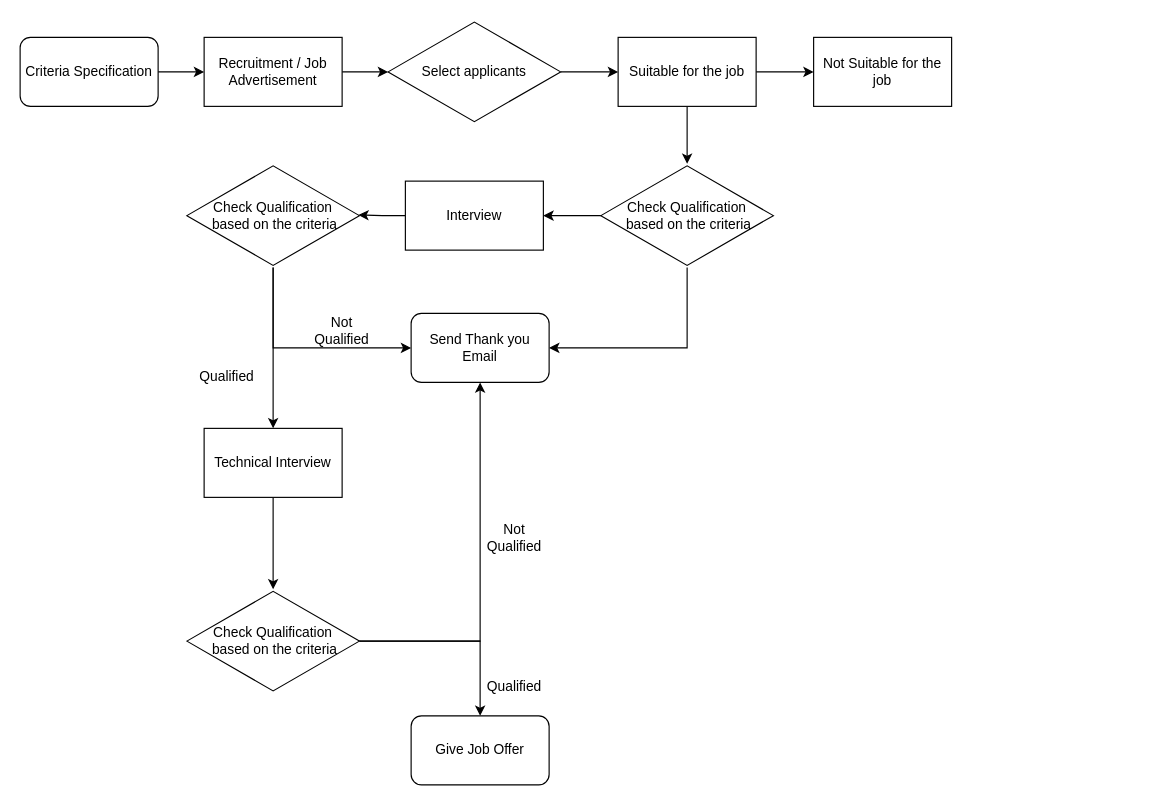
Before: that_HRIS_thing.drawio in Grrom/draw_io_stuff, a draw.io diagram. Source tidied: cells renumbered, new cells numbered last; positions are measured from the earlier drawing's top-left corner, leaving out a move shared by most shapes. Both pictures are drawn from the tidied source at 115%, with x=0, y=0 at pixel (20, 20).
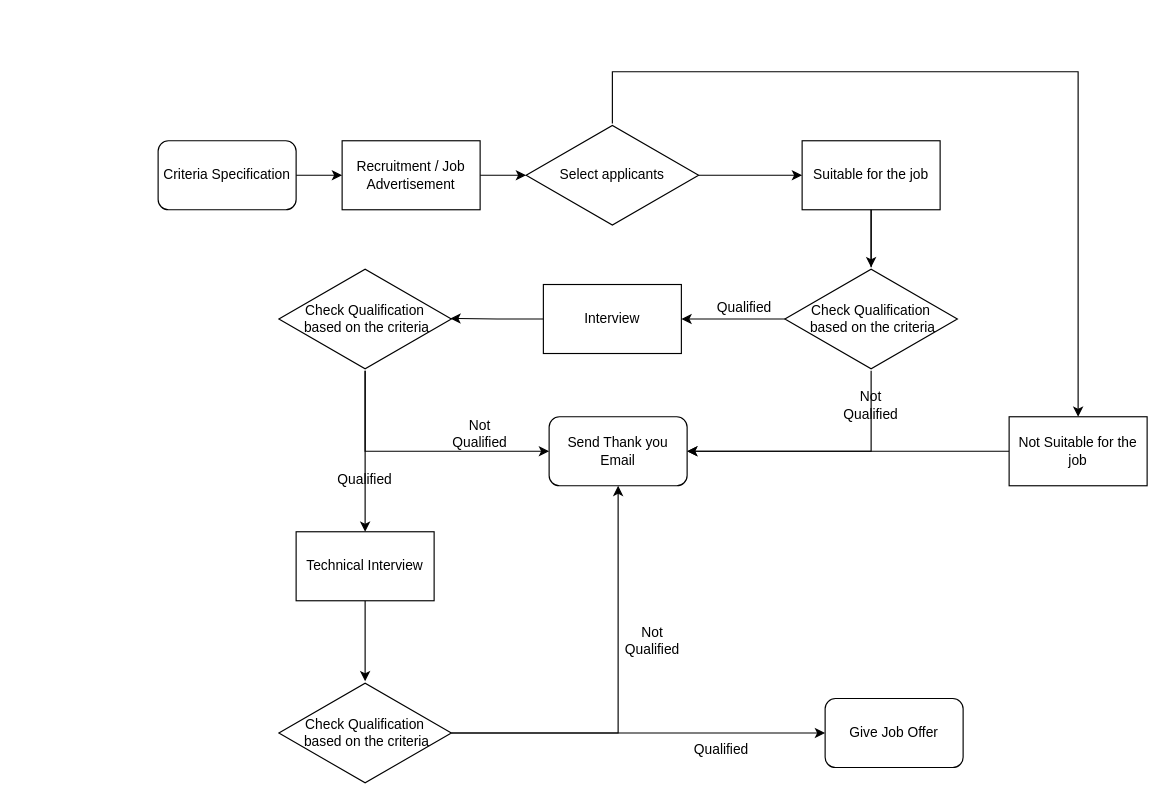
After the change.

What changed in the source:
```diff
@@
     <mxCell id="3" value="Criteria Specification" style="rounded=1;whiteSpace=wrap;html=1;" parent="1" vertex="1">
-      <mxGeometry y="15" width="120" height="60" as="geometry" />
+      <mxGeometry x="120" y="104.9" width="120" height="60" as="geometry" />
     </mxCell>
@@
     <mxCell id="5" value="Recruitment / Job Advertisement" style="rounded=0;whiteSpace=wrap;html=1;" parent="1" vertex="1">
-      <mxGeometry x="160" y="15" width="120" height="60" as="geometry" />
+      <mxGeometry x="280" y="104.9" width="120" height="60" as="geometry" />
     </mxCell>
@@
+    <mxCell id="31" style="edgeStyle=orthogonalEdgeStyle;rounded=0;jettySize=auto;html=1;entryX=0.5;entryY=0;entryDx=0;entryDy=0;" parent="1" edge="1" source="7" target="14">
+      <mxGeometry relative="1" as="geometry">
+        <Array as="points">
+          <mxPoint x="515" y="44.9" />
+          <mxPoint x="920" y="44.9" />
+        </Array>
+      </mxGeometry>
+    </mxCell>
     <mxCell id="7" value="Select applicants" style="html=1;whiteSpace=wrap;shape=isoRectangle;" parent="1" vertex="1">
-      <mxGeometry x="320" width="150" height="90" as="geometry" />
+      <mxGeometry x="440" y="89.9" width="150" height="90" as="geometry" />
     </mxCell>
-    <mxCell id="8" style="edgeStyle=orthogonalEdgeStyle;rounded=0;jettySize=auto;html=1;entryX=0;entryY=0.5;entryDx=0;entryDy=0;" parent="1" edge="1" source="10" target="14">
-      <mxGeometry relative="1" as="geometry" />
-    </mxCell>
@@
     <mxCell id="10" value="Suitable for the job" style="rounded=0;whiteSpace=wrap;html=1;" parent="1" vertex="1">
-      <mxGeometry x="520" y="15" width="120" height="60" as="geometry" />
+      <mxGeometry x="680" y="104.9" width="120" height="60" as="geometry" />
     </mxCell>
@@
     <mxCell id="12" style="edgeStyle=orthogonalEdgeStyle;rounded=0;jettySize=auto;html=1;entryX=1;entryY=0.5;entryDx=0;entryDy=0;" parent="1" edge="1" source="13" target="25">
       <mxGeometry relative="1" as="geometry">
         <Array as="points">
-          <mxPoint x="580" y="285" />
+          <mxPoint x="740" y="374.9" />
         </Array>
       </mxGeometry>
     </mxCell>
-    <mxCell id="13" value="&lt;div&gt;Check Qualification&lt;/div&gt;&lt;div&gt;&amp;nbsp;based on the criteria&lt;/div&gt;" style="html=1;whiteSpace=wrap;shape=isoRectangle;" parent="1" vertex="1">
-      <mxGeometry x="505" y="125" width="150" height="90" as="geometry" />
-    </mxCell>
+    <mxCell id="32" style="edgeStyle=orthogonalEdgeStyle;rounded=0;jettySize=auto;html=1;entryX=1;entryY=0.5;entryDx=0;entryDy=0;" parent="1" edge="1" source="14" target="25">
+      <mxGeometry relative="1" as="geometry" />
+    </mxCell>
     <mxCell id="14" value="Not Suitable for the job" style="rounded=0;whiteSpace=wrap;html=1;" parent="1" vertex="1">
-      <mxGeometry x="690" y="15" width="120" height="60" as="geometry" />
+      <mxGeometry x="860" y="344.9" width="120" height="60" as="geometry" />
     </mxCell>
@@
     <mxCell id="16" value="Interview" style="rounded=0;whiteSpace=wrap;html=1;" parent="1" vertex="1">
-      <mxGeometry x="335" y="140" width="120" height="60" as="geometry" />
+      <mxGeometry x="455" y="229.9" width="120" height="60" as="geometry" />
     </mxCell>
@@
     <mxCell id="18" style="edgeStyle=orthogonalEdgeStyle;rounded=0;jettySize=auto;html=1;entryX=0;entryY=0.5;entryDx=0;entryDy=0;" parent="1" edge="1" source="19" target="25">
       <mxGeometry relative="1" as="geometry">
         <Array as="points">
-          <mxPoint x="220" y="285" />
+          <mxPoint x="300" y="374.9" />
         </Array>
       </mxGeometry>
     </mxCell>
     <mxCell id="19" value="&lt;div&gt;Check Qualification&lt;/div&gt;&lt;div&gt;&amp;nbsp;based on the criteria&lt;/div&gt;" style="html=1;whiteSpace=wrap;shape=isoRectangle;" parent="1" vertex="1">
-      <mxGeometry x="145" y="125" width="150" height="90" as="geometry" />
+      <mxGeometry x="225" y="214.9" width="150" height="90" as="geometry" />
     </mxCell>
@@
     <mxCell id="21" value="Technical Interview" style="rounded=0;whiteSpace=wrap;html=1;" parent="1" vertex="1">
-      <mxGeometry x="160" y="355" width="120" height="60" as="geometry" />
+      <mxGeometry x="240" y="444.9" width="120" height="60" as="geometry" />
     </mxCell>
@@
-    <mxCell id="23" style="edgeStyle=orthogonalEdgeStyle;rounded=0;jettySize=auto;html=1;entryX=0.5;entryY=0;entryDx=0;entryDy=0;" parent="1" edge="1" source="24" target="26">
+    <mxCell id="23" style="edgeStyle=orthogonalEdgeStyle;rounded=0;jettySize=auto;html=1;entryX=0;entryY=0.5;entryDx=0;entryDy=0;" parent="1" edge="1" source="24" target="26">
       <mxGeometry relative="1" as="geometry" />
     </mxCell>
     <mxCell id="24" value="&lt;div&gt;Check Qualification&lt;/div&gt;&lt;div&gt;&amp;nbsp;based on the criteria&lt;/div&gt;" style="html=1;whiteSpace=wrap;shape=isoRectangle;" parent="1" vertex="1">
-      <mxGeometry x="145" y="495" width="150" height="90" as="geometry" />
+      <mxGeometry x="225" y="574.9" width="150" height="90" as="geometry" />
     </mxCell>
     <mxCell id="25" value="Send Thank you Email" style="rounded=1;whiteSpace=wrap;html=1;" parent="1" vertex="1">
-      <mxGeometry x="340" y="255" width="120" height="60" as="geometry" />
+      <mxGeometry x="460" y="344.9" width="120" height="60" as="geometry" />
     </mxCell>
     <mxCell id="26" value="Give Job Offer" style="rounded=1;whiteSpace=wrap;html=1;" parent="1" vertex="1">
-      <mxGeometry x="340" y="605" width="120" height="60" as="geometry" />
+      <mxGeometry x="700" y="589.9" width="120" height="60" as="geometry" />
     </mxCell>
     <mxCell id="27" value="Qualified" style="text;html=1;strokeColor=none;fillColor=none;align=center;verticalAlign=middle;whiteSpace=wrap;rounded=0;" parent="1" vertex="1">
-      <mxGeometry x="150" y="295" width="60" height="30" as="geometry" />
+      <mxGeometry x="270" y="384.9" width="60" height="30" as="geometry" />
     </mxCell>
     <mxCell id="28" value="Not Qualified" style="text;html=1;strokeColor=none;fillColor=none;align=center;verticalAlign=middle;whiteSpace=wrap;rounded=0;" parent="1" vertex="1">
-      <mxGeometry x="250" y="255" width="60" height="30" as="geometry" />
+      <mxGeometry x="370" y="344.9" width="60" height="30" as="geometry" />
     </mxCell>
     <mxCell id="29" value="Qualified" style="text;html=1;strokeColor=none;fillColor=none;align=center;verticalAlign=middle;whiteSpace=wrap;rounded=0;" parent="1" vertex="1">
-      <mxGeometry x="400" y="565" width="60" height="30" as="geometry" />
+      <mxGeometry x="580" y="619.9" width="60" height="30" as="geometry" />
     </mxCell>
     <mxCell id="30" value="Not Qualified" style="text;html=1;strokeColor=none;fillColor=none;align=center;verticalAlign=middle;whiteSpace=wrap;rounded=0;" parent="1" vertex="1">
-      <mxGeometry x="400" y="435" width="60" height="30" as="geometry" />
+      <mxGeometry x="520" y="524.9" width="60" height="30" as="geometry" />
     </mxCell>
+    <mxCell id="13" value="&lt;div&gt;Check Qualification&lt;/div&gt;&lt;div&gt;&amp;nbsp;based on the criteria&lt;/div&gt;" style="html=1;whiteSpace=wrap;shape=isoRectangle;" parent="1" vertex="1">
+      <mxGeometry x="665" y="214.9" width="150" height="90" as="geometry" />
+    </mxCell>
+    <mxCell id="33" style="edgeStyle=orthogonalEdgeStyle;rounded=0;jettySize=auto;html=1;endArrow=none;" parent="1" edge="1" source="10" target="13">
+      <mxGeometry relative="1" as="geometry" />
+    </mxCell>
+    <mxCell id="34" value="Not Qualified" style="text;html=1;strokeColor=none;fillColor=none;align=center;verticalAlign=middle;whiteSpace=wrap;rounded=0;" parent="1" vertex="1">
+      <mxGeometry x="710" y="319.9" width="60" height="30" as="geometry" />
+    </mxCell>
+    <mxCell id="35" value="Qualified" style="text;html=1;strokeColor=none;fillColor=none;align=center;verticalAlign=middle;whiteSpace=wrap;rounded=0;" parent="1" vertex="1">
+      <mxGeometry x="600" y="234.9" width="60" height="30" as="geometry" />
+    </mxCell>
```
